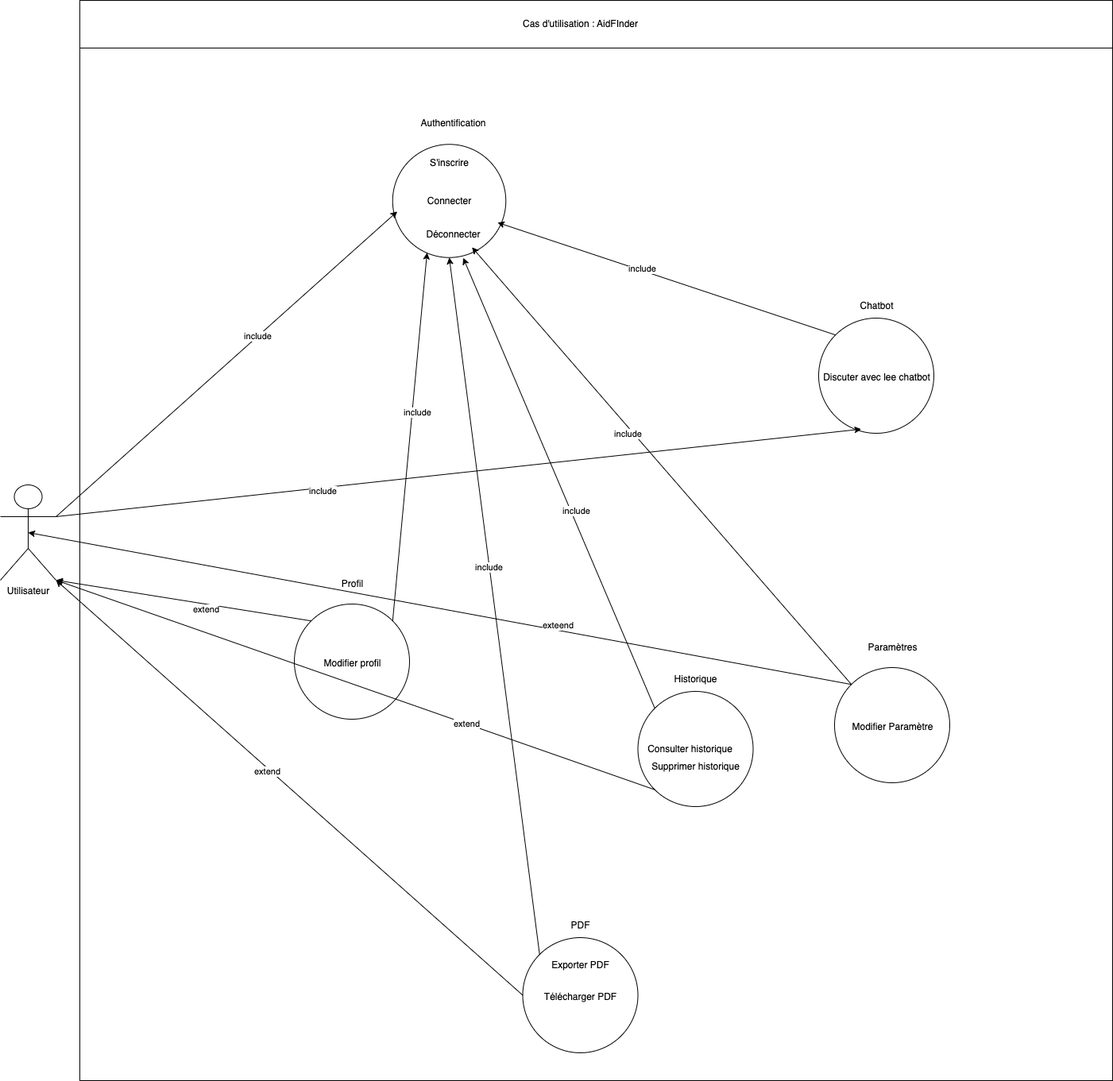
Earlier version of the draw.io export docs/uml/diagramUseCase.png (ISSAD-Dembele/AidFinder). Source tidied: cells renumbered, new cells last; positions are measured from the earlier drawing's top-left corner, leaving out a move shared by most shapes.
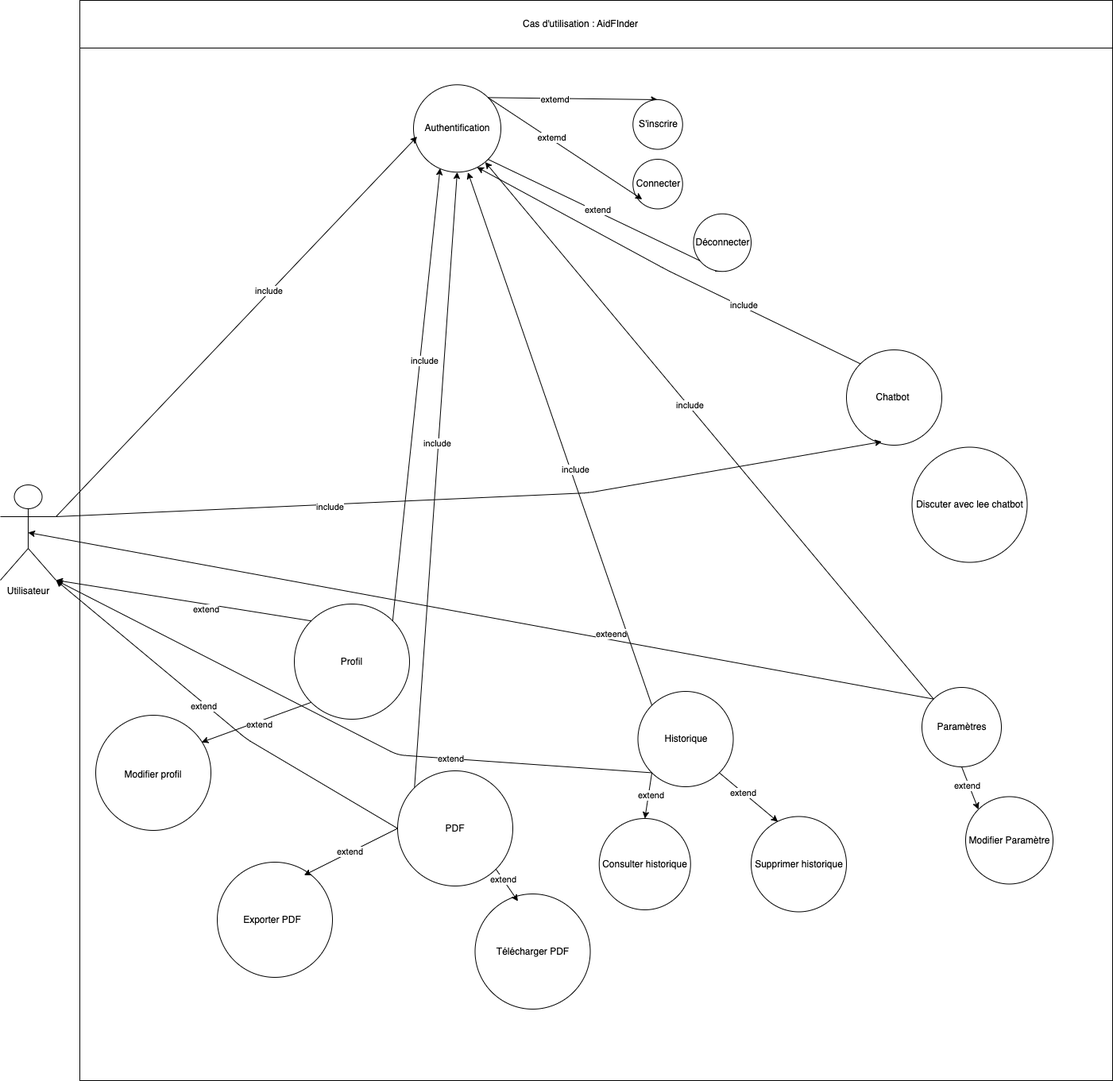
The same diagram one commit later.

Commit message:
MODIFICATION DU DIAGRAMME CAS D'UTILISATION

What changed in the source:
```diff
@@ -8,45 +8,47 @@
     <mxCell id="3" value="Utilisateur" style="shape=umlActor;verticalLabelPosition=bottom;verticalAlign=top;html=1;outlineConnect=0;" parent="1" vertex="1">
       <mxGeometry y="610" width="70" height="120" as="geometry" />
     </mxCell>
+    <mxCell id="50" style="edgeStyle=none;html=1;exitX=1;exitY=0;exitDx=0;exitDy=0;entryX=0.5;entryY=0;entryDx=0;entryDy=0;" parent="1" edge="1" source="4" target="60">
+      <mxGeometry relative="1" as="geometry" />
+    </mxCell>
+    <mxCell id="51" value="extemd" style="edgeLabel;html=1;align=center;verticalAlign=middle;" parent="50" vertex="1">
+      <mxGeometry x="-0.21" relative="1" as="geometry">
+        <mxPoint x="-1" as="offset" />
+      </mxGeometry>
+    </mxCell>
+    <mxCell id="52" style="edgeStyle=none;html=1;exitX=1;exitY=1;exitDx=0;exitDy=0;entryX=1;entryY=0.5;entryDx=0;entryDy=0;" parent="1" edge="1" source="4" target="62">
+      <mxGeometry relative="1" as="geometry" />
+    </mxCell>
+    <mxCell id="53" value="extend" style="edgeLabel;html=1;align=center;verticalAlign=middle;" parent="52" vertex="1">
+      <mxGeometry x="-0.09" y="3" relative="1" as="geometry" />
+    </mxCell>
     <mxCell id="4" style="ellipse;whiteSpace=wrap;html=1;" parent="1" vertex="1">
-      <mxGeometry x="493.8" y="181.2" width="142.5" height="142.5" as="geometry" />
+      <mxGeometry x="520" y="106.2" width="110" height="110" as="geometry" />
     </mxCell>
     <mxCell id="5" value="Authentification" style="text;html=1;align=center;verticalAlign=middle;strokeColor=none;fillColor=none;" parent="1" vertex="1">
-      <mxGeometry x="515" y="140" width="110" height="30" as="geometry" />
+      <mxGeometry x="520" y="146.2" width="110" height="30" as="geometry" />
     </mxCell>
-    <mxCell id="6" value="S'inscrire" style="text;html=1;align=center;verticalAlign=middle;strokeColor=none;fillColor=none;" parent="1" vertex="1">
-      <mxGeometry x="530" y="190" width="70" height="30" as="geometry" />
-    </mxCell>
-    <mxCell id="7" value="Connecter" style="text;html=1;align=center;verticalAlign=middle;points=[];strokeColor=none;fillColor=none;" parent="1" vertex="1">
-      <mxGeometry x="525" y="237.5" width="80" height="30" as="geometry" />
-    </mxCell>
-    <mxCell id="8" value="Déconnecter" style="text;html=1;align=center;verticalAlign=middle;points=[];strokeColor=none;fillColor=none;" parent="1" vertex="1">
-      <mxGeometry x="525" y="280" width="90" height="30" as="geometry" />
-    </mxCell>
     <mxCell id="9" style="ellipse;whiteSpace=wrap;html=1;" parent="1" vertex="1">
       <mxGeometry x="370" y="760" width="145" height="145" as="geometry" />
     </mxCell>
     <mxCell id="10" value="Profil" style="text;html=1;align=center;verticalAlign=middle;strokeColor=none;fillColor=none;" parent="1" vertex="1">
-      <mxGeometry x="417.5" y="720" width="50" height="30" as="geometry" />
+      <mxGeometry x="417.5" y="817.5" width="50" height="30" as="geometry" />
     </mxCell>
-    <mxCell id="11" value="Modifier profil" style="text;html=1;align=center;verticalAlign=middle;strokeColor=none;fillColor=none;" parent="1" vertex="1">
-      <mxGeometry x="392.5" y="820" width="100" height="30" as="geometry" />
-    </mxCell>
     <mxCell id="12" style="ellipse;whiteSpace=wrap;html=1;" parent="1" vertex="1">
-      <mxGeometry x="1030" y="400" width="145" height="145" as="geometry" />
+      <mxGeometry x="1065" y="440" width="120" height="120" as="geometry" />
     </mxCell>
     <mxCell id="13" value="Chatbot" style="text;html=1;align=center;verticalAlign=middle;strokeColor=none;fillColor=none;" parent="1" vertex="1">
-      <mxGeometry x="1067.5" y="370" width="70" height="30" as="geometry" />
+      <mxGeometry x="1087.5" y="485" width="70" height="30" as="geometry" />
     </mxCell>
-    <mxCell id="14" value="Discuter avec lee chatbot" style="text;html=1;align=center;verticalAlign=middle;strokeColor=none;fillColor=none;" parent="1" vertex="1">
-      <mxGeometry x="1022.5" y="460" width="160" height="30" as="geometry" />
-    </mxCell>
+    <mxCell id="54" style="edgeStyle=none;html=1;exitX=0;exitY=1;exitDx=0;exitDy=0;entryX=0.5;entryY=0;entryDx=0;entryDy=0;" parent="1" edge="1" source="15" target="63">
+      <mxGeometry relative="1" as="geometry" />
+    </mxCell>
+    <mxCell id="55" value="extend" style="edgeLabel;html=1;align=center;verticalAlign=middle;" parent="54" vertex="1">
+      <mxGeometry x="-0.06" y="1" relative="1" as="geometry" />
+    </mxCell>
     <mxCell id="15" style="ellipse;whiteSpace=wrap;html=1;" parent="1" vertex="1">
-      <mxGeometry x="802.5" y="870" width="145" height="145" as="geometry" />
+      <mxGeometry x="802.5" y="870" width="120" height="120" as="geometry" />
     </mxCell>
-    <mxCell id="16" value="Supprimer historique" style="text;html=1;align=center;verticalAlign=middle;strokeColor=none;fillColor=none;" parent="1" vertex="1">
-      <mxGeometry x="810" y="950" width="130" height="30" as="geometry" />
-    </mxCell>
     <mxCell id="17" style="edgeStyle=none;html=1;exitX=0;exitY=0;exitDx=0;exitDy=0;entryX=0.5;entryY=1;entryDx=0;entryDy=0;" parent="1" edge="1" source="19" target="4">
       <mxGeometry relative="1" as="geometry" />
     </mxCell>
@@ -56,26 +58,31 @@
       </mxGeometry>
     </mxCell>
     <mxCell id="19" style="ellipse;whiteSpace=wrap;html=1;" parent="1" vertex="1">
-      <mxGeometry x="657.5" y="1180" width="145" height="145" as="geometry" />
+      <mxGeometry x="500" y="970" width="145" height="145" as="geometry" />
     </mxCell>
     <mxCell id="20" value="PDF" style="text;html=1;align=center;verticalAlign=middle;strokeColor=none;fillColor=none;" parent="1" vertex="1">
-      <mxGeometry x="705" y="1150" width="50" height="30" as="geometry" />
+      <mxGeometry x="547.5" y="1027.5" width="50" height="30" as="geometry" />
     </mxCell>
-    <mxCell id="21" value="Exporter PDF" style="text;html=1;align=center;verticalAlign=middle;strokeColor=none;fillColor=none;" parent="1" vertex="1">
-      <mxGeometry x="680" y="1200" width="100" height="30" as="geometry" />
-    </mxCell>
-    <mxCell id="22" value="Télécharger PDF" style="text;html=1;align=center;verticalAlign=middle;strokeColor=none;fillColor=none;" parent="1" vertex="1">
-      <mxGeometry x="675" y="1240" width="110" height="30" as="geometry" />
-    </mxCell>
+    <mxCell id="56" style="edgeStyle=none;html=1;exitX=0;exitY=0;exitDx=0;exitDy=0;" parent="1" edge="1" source="23" target="4">
+      <mxGeometry relative="1" as="geometry" />
+    </mxCell>
+    <mxCell id="57" value="include" style="edgeLabel;html=1;align=center;verticalAlign=middle;" parent="56" vertex="1">
+      <mxGeometry x="0.09" y="-2" relative="1" as="geometry">
+        <mxPoint y="1" as="offset" />
+      </mxGeometry>
+    </mxCell>
+    <mxCell id="58" style="edgeStyle=none;html=1;exitX=0.5;exitY=1;exitDx=0;exitDy=0;entryX=0;entryY=0;entryDx=0;entryDy=0;" parent="1" edge="1" source="23" target="70">
+      <mxGeometry relative="1" as="geometry" />
+    </mxCell>
+    <mxCell id="59" value="extend" style="edgeLabel;html=1;align=center;verticalAlign=middle;" parent="58" vertex="1">
+      <mxGeometry x="-0.23" y="-3" relative="1" as="geometry" />
+    </mxCell>
     <mxCell id="23" style="ellipse;whiteSpace=wrap;html=1;" parent="1" vertex="1">
-      <mxGeometry x="1050" y="840" width="145" height="145" as="geometry" />
+      <mxGeometry x="1160" y="865" width="100" height="100" as="geometry" />
     </mxCell>
     <mxCell id="24" value="Paramètres" style="text;html=1;align=center;verticalAlign=middle;strokeColor=none;fillColor=none;" parent="1" vertex="1">
-      <mxGeometry x="1077.5" y="800" width="90" height="30" as="geometry" />
+      <mxGeometry x="1165" y="900" width="90" height="30" as="geometry" />
     </mxCell>
-    <mxCell id="25" value="Modifier Paramètre" style="text;html=1;align=center;verticalAlign=middle;strokeColor=none;fillColor=none;" parent="1" vertex="1">
-      <mxGeometry x="1057.5" y="900" width="130" height="30" as="geometry" />
-    </mxCell>
     <mxCell id="26" style="edgeStyle=none;html=1;exitX=1;exitY=0.3333333333333333;exitDx=0;exitDy=0;exitPerimeter=0;entryX=0.041;entryY=0.593;entryDx=0;entryDy=0;entryPerimeter=0;" parent="1" edge="1" source="3" target="4">
       <mxGeometry relative="1" as="geometry" />
     </mxCell>
@@ -84,12 +91,6 @@
         <mxPoint x="1" as="offset" />
       </mxGeometry>
     </mxCell>
-    <mxCell id="28" style="edgeStyle=none;html=1;exitX=0;exitY=0;exitDx=0;exitDy=0;entryX=0.927;entryY=0.691;entryDx=0;entryDy=0;entryPerimeter=0;" parent="1" edge="1" source="12" target="4">
-      <mxGeometry relative="1" as="geometry" />
-    </mxCell>
-    <mxCell id="29" value="include" style="edgeLabel;html=1;align=center;verticalAlign=middle;" parent="28" vertex="1">
-      <mxGeometry x="0.16" y="-4" relative="1" as="geometry" />
-    </mxCell>
     <mxCell id="30" style="edgeStyle=none;html=1;exitX=1;exitY=0;exitDx=0;exitDy=0;entryX=0.304;entryY=0.957;entryDx=0;entryDy=0;entryPerimeter=0;" parent="1" edge="1" source="9" target="4">
       <mxGeometry relative="1" as="geometry" />
     </mxCell>
@@ -98,19 +99,8 @@
         <mxPoint y="-1" as="offset" />
       </mxGeometry>
     </mxCell>
-    <mxCell id="32" style="edgeStyle=none;html=1;exitX=0;exitY=0;exitDx=0;exitDy=0;entryX=0.763;entryY=1.03;entryDx=0;entryDy=0;entryPerimeter=0;" parent="1" edge="1" source="23" target="8">
-      <mxGeometry relative="1" as="geometry" />
-    </mxCell>
-    <mxCell id="33" value="include" style="edgeLabel;html=1;align=center;verticalAlign=middle;" parent="32" vertex="1">
-      <mxGeometry x="0.17" y="5" relative="1" as="geometry">
-        <mxPoint x="-1" as="offset" />
-      </mxGeometry>
-    </mxCell>
-    <mxCell id="34" value="Consulter historique" style="text;html=1;align=center;verticalAlign=middle;strokeColor=none;fillColor=none;" parent="1" vertex="1">
-      <mxGeometry x="802.5" y="927.5" width="130" height="30" as="geometry" />
-    </mxCell>
     <mxCell id="35" value="Historique" style="text;html=1;align=center;verticalAlign=middle;strokeColor=none;fillColor=none;" parent="1" vertex="1">
-      <mxGeometry x="835" y="840" width="80" height="30" as="geometry" />
+      <mxGeometry x="822.5" y="915" width="80" height="30" as="geometry" />
     </mxCell>
     <mxCell id="36" style="edgeStyle=none;html=1;exitX=0;exitY=0;exitDx=0;exitDy=0;entryX=0.623;entryY=1.003;entryDx=0;entryDy=0;entryPerimeter=0;" parent="1" edge="1" source="15" target="4">
       <mxGeometry relative="1" as="geometry" />
@@ -127,7 +117,11 @@
       </mxGeometry>
     </mxCell>
     <mxCell id="40" style="edgeStyle=none;html=1;exitX=0;exitY=0.5;exitDx=0;exitDy=0;entryX=1;entryY=1;entryDx=0;entryDy=0;entryPerimeter=0;" parent="1" edge="1" source="19" target="3">
-      <mxGeometry relative="1" as="geometry" />
+      <mxGeometry relative="1" as="geometry">
+        <Array as="points">
+          <mxPoint x="310" y="930" />
+        </Array>
+      </mxGeometry>
     </mxCell>
     <mxCell id="41" value="extend" style="edgeLabel;html=1;align=center;verticalAlign=middle;" parent="40" vertex="1">
       <mxGeometry x="0.09" y="4" relative="1" as="geometry">
@@ -135,7 +129,11 @@
       </mxGeometry>
     </mxCell>
     <mxCell id="42" style="edgeStyle=none;html=1;exitX=0;exitY=1;exitDx=0;exitDy=0;entryX=1;entryY=1;entryDx=0;entryDy=0;entryPerimeter=0;" parent="1" edge="1" source="15" target="3">
-      <mxGeometry relative="1" as="geometry" />
+      <mxGeometry relative="1" as="geometry">
+        <Array as="points">
+          <mxPoint x="500" y="950" />
+        </Array>
+      </mxGeometry>
     </mxCell>
     <mxCell id="43" value="extend" style="edgeLabel;html=1;align=center;verticalAlign=middle;" parent="42" vertex="1">
       <mxGeometry x="-0.36" y="-1" relative="1" as="geometry">
@@ -143,7 +141,11 @@
       </mxGeometry>
     </mxCell>
     <mxCell id="44" style="edgeStyle=none;html=1;exitX=1;exitY=0.3333333333333333;exitDx=0;exitDy=0;exitPerimeter=0;entryX=0.37;entryY=0.964;entryDx=0;entryDy=0;entryPerimeter=0;" parent="1" edge="1" source="3" target="12">
-      <mxGeometry relative="1" as="geometry" />
+      <mxGeometry relative="1" as="geometry">
+        <Array as="points">
+          <mxPoint x="740" y="620" />
+        </Array>
+      </mxGeometry>
     </mxCell>
     <mxCell id="45" value="include" style="edgeLabel;html=1;align=center;verticalAlign=middle;" parent="44" vertex="1">
       <mxGeometry x="-0.34" y="-2" relative="1" as="geometry" />
@@ -162,5 +164,109 @@
     <mxCell id="49" value="Cas d'utilisation : AidFInder" style="text;html=1;align=center;verticalAlign=middle;strokeColor=none;fillColor=none;" parent="1" vertex="1">
       <mxGeometry x="645" y="15" width="170" height="30" as="geometry" />
     </mxCell>
+    <mxCell id="60" style="ellipse;whiteSpace=wrap;html=1;" parent="1" vertex="1">
+      <mxGeometry x="796.2" y="125" width="62.5" height="62.5" as="geometry" />
+    </mxCell>
+    <mxCell id="6" value="S'inscrire" style="text;html=1;align=center;verticalAlign=middle;strokeColor=none;fillColor=none;" parent="1" vertex="1">
+      <mxGeometry x="792.5" y="141.2" width="70" height="30" as="geometry" />
+    </mxCell>
+    <mxCell id="61" style="ellipse;whiteSpace=wrap;html=1;" parent="1" vertex="1">
+      <mxGeometry x="796.2" y="200" width="62.5" height="62.5" as="geometry" />
+    </mxCell>
+    <mxCell id="7" value="Connecter" style="text;html=1;align=center;verticalAlign=middle;points=[];strokeColor=none;fillColor=none;" parent="1" vertex="1">
+      <mxGeometry x="787.5" y="216.2" width="80" height="30" as="geometry" />
+    </mxCell>
+    <mxCell id="62" style="ellipse;whiteSpace=wrap;html=1;direction=south;" parent="1" vertex="1">
+      <mxGeometry x="872.5" y="268.8" width="72.5" height="72.5" as="geometry" />
+    </mxCell>
+    <mxCell id="8" value="Déconnecter" style="text;html=1;align=center;verticalAlign=middle;points=[];strokeColor=none;fillColor=none;" parent="1" vertex="1">
+      <mxGeometry x="863.8" y="290" width="90" height="30" as="geometry" />
+    </mxCell>
+    <mxCell id="63" style="ellipse;whiteSpace=wrap;html=1;" parent="1" vertex="1">
+      <mxGeometry x="753.8" y="1030" width="115" height="115" as="geometry" />
+    </mxCell>
+    <mxCell id="34" value="Consulter historique" style="text;html=1;align=center;verticalAlign=middle;strokeColor=none;fillColor=none;" parent="1" vertex="1">
+      <mxGeometry x="746.2" y="1072.5" width="130" height="30" as="geometry" />
+    </mxCell>
+    <mxCell id="64" style="ellipse;whiteSpace=wrap;html=1;" parent="1" vertex="1">
+      <mxGeometry x="945" y="1027.5" width="120" height="120" as="geometry" />
+    </mxCell>
+    <mxCell id="16" value="Supprimer historique" style="text;html=1;align=center;verticalAlign=middle;strokeColor=none;fillColor=none;" parent="1" vertex="1">
+      <mxGeometry x="940" y="1072.5" width="130" height="30" as="geometry" />
+    </mxCell>
+    <mxCell id="65" style="ellipse;whiteSpace=wrap;html=1;" parent="1" vertex="1">
+      <mxGeometry x="273" y="1085" width="145" height="145" as="geometry" />
+    </mxCell>
+    <mxCell id="66" style="ellipse;whiteSpace=wrap;html=1;" parent="1" vertex="1">
+      <mxGeometry x="597.5" y="1125" width="145" height="145" as="geometry" />
+    </mxCell>
+    <mxCell id="21" value="Exporter PDF" style="text;html=1;align=center;verticalAlign=middle;strokeColor=none;fillColor=none;" parent="1" vertex="1">
+      <mxGeometry x="292.5" y="1142.5" width="100" height="30" as="geometry" />
+    </mxCell>
+    <mxCell id="22" value="Télécharger PDF" style="text;html=1;align=center;verticalAlign=middle;strokeColor=none;fillColor=none;" parent="1" vertex="1">
+      <mxGeometry x="615" y="1182.5" width="110" height="30" as="geometry" />
+    </mxCell>
+    <mxCell id="67" style="edgeStyle=none;html=1;exitX=0;exitY=0;exitDx=0;exitDy=0;" parent="1" edge="1" source="12">
+      <mxGeometry relative="1" as="geometry">
+        <mxPoint x="600" y="210" as="targetPoint" />
+        <Array as="points">
+          <mxPoint x="840" y="340" />
+        </Array>
+      </mxGeometry>
+    </mxCell>
+    <mxCell id="68" value="include" style="edgeLabel;html=1;align=center;verticalAlign=middle;" parent="67" vertex="1">
+      <mxGeometry x="-0.39" y="-3" relative="1" as="geometry" />
+    </mxCell>
+    <mxCell id="69" style="ellipse;whiteSpace=wrap;html=1;" parent="1" vertex="1">
+      <mxGeometry x="1147.5" y="562.5" width="145" height="145" as="geometry" />
+    </mxCell>
+    <mxCell id="14" value="Discuter avec lee chatbot" style="text;html=1;align=center;verticalAlign=middle;strokeColor=none;fillColor=none;" parent="1" vertex="1">
+      <mxGeometry x="1140" y="620" width="160" height="30" as="geometry" />
+    </mxCell>
+    <mxCell id="70" style="ellipse;whiteSpace=wrap;html=1;" parent="1" vertex="1">
+      <mxGeometry x="1215" y="1002.5" width="110" height="110" as="geometry" />
+    </mxCell>
+    <mxCell id="25" value="Modifier Paramètre" style="text;html=1;align=center;verticalAlign=middle;strokeColor=none;fillColor=none;" parent="1" vertex="1">
+      <mxGeometry x="1205" y="1042.5" width="130" height="30" as="geometry" />
+    </mxCell>
+    <mxCell id="71" style="edgeStyle=none;html=1;exitX=1;exitY=0;exitDx=0;exitDy=0;entryX=0.254;entryY=1.14;entryDx=0;entryDy=0;entryPerimeter=0;" parent="1" edge="1" source="4" target="7">
+      <mxGeometry relative="1" as="geometry" />
+    </mxCell>
+    <mxCell id="72" value="extemd" style="edgeLabel;html=1;align=center;verticalAlign=middle;" parent="71" vertex="1">
+      <mxGeometry x="-0.19" y="2" relative="1" as="geometry">
+        <mxPoint x="-1" y="-1" as="offset" />
+      </mxGeometry>
+    </mxCell>
+    <mxCell id="73" value="extend" style="edgeStyle=none;html=1;exitX=0;exitY=0.5;exitDx=0;exitDy=0;entryX=0.754;entryY=0.113;entryDx=0;entryDy=0;entryPerimeter=0;" parent="1" edge="1" source="19" target="65">
+      <mxGeometry relative="1" as="geometry" />
+    </mxCell>
+    <mxCell id="74" style="edgeStyle=none;html=1;exitX=1;exitY=1;exitDx=0;exitDy=0;entryX=0.372;entryY=0.063;entryDx=0;entryDy=0;entryPerimeter=0;" parent="1" edge="1" source="19" target="66">
+      <mxGeometry relative="1" as="geometry" />
+    </mxCell>
+    <mxCell id="75" value="extend" style="edgeLabel;html=1;align=center;verticalAlign=middle;" parent="74" vertex="1">
+      <mxGeometry x="-0.44" relative="1" as="geometry">
+        <mxPoint y="1" as="offset" />
+      </mxGeometry>
+    </mxCell>
+    <mxCell id="76" style="edgeStyle=none;html=1;exitX=1;exitY=1;exitDx=0;exitDy=0;entryX=0.281;entryY=0.055;entryDx=0;entryDy=0;entryPerimeter=0;" parent="1" edge="1" source="15" target="64">
+      <mxGeometry relative="1" as="geometry" />
+    </mxCell>
+    <mxCell id="77" value="extend" style="edgeLabel;html=1;align=center;verticalAlign=middle;" parent="76" vertex="1">
+      <mxGeometry x="-0.23" relative="1" as="geometry" />
+    </mxCell>
+    <mxCell id="78" style="ellipse;whiteSpace=wrap;html=1;" parent="1" vertex="1">
+      <mxGeometry x="120" y="900" width="145" height="145" as="geometry" />
+    </mxCell>
+    <mxCell id="11" value="Modifier profil" style="text;html=1;align=center;verticalAlign=middle;strokeColor=none;fillColor=none;" parent="1" vertex="1">
+      <mxGeometry x="142.5" y="960" width="100" height="30" as="geometry" />
+    </mxCell>
+    <mxCell id="79" style="edgeStyle=none;html=1;exitX=0;exitY=1;exitDx=0;exitDy=0;entryX=0.919;entryY=0.235;entryDx=0;entryDy=0;entryPerimeter=0;" parent="1" edge="1" source="9" target="78">
+      <mxGeometry relative="1" as="geometry" />
+    </mxCell>
+    <mxCell id="80" value="extend" style="edgeLabel;html=1;align=center;verticalAlign=middle;" parent="79" vertex="1">
+      <mxGeometry x="-0.02" y="2" relative="1" as="geometry">
+        <mxPoint x="1" as="offset" />
+      </mxGeometry>
+    </mxCell>
   </root>
 </mxGraphModel>
```
